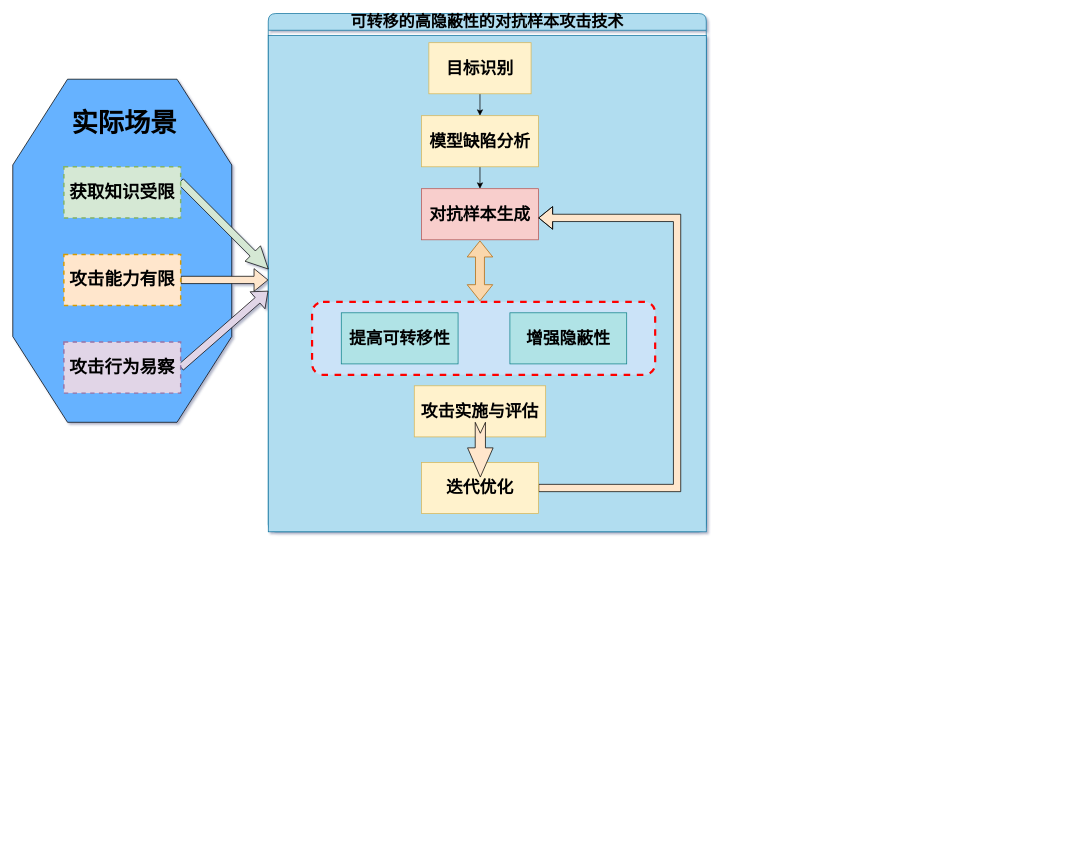
Before: 对抗攻击.drawio in Stefan-Beauchamp/hello-world, a draw.io diagram. Source tidied: cells renumbered, new cells numbered last; positions are measured from the earlier drawing's top-left corner, leaving out a move shared by most shapes. Both pictures are drawn from the tidied source at 73%, with x=0, y=0 at pixel (12, 13).
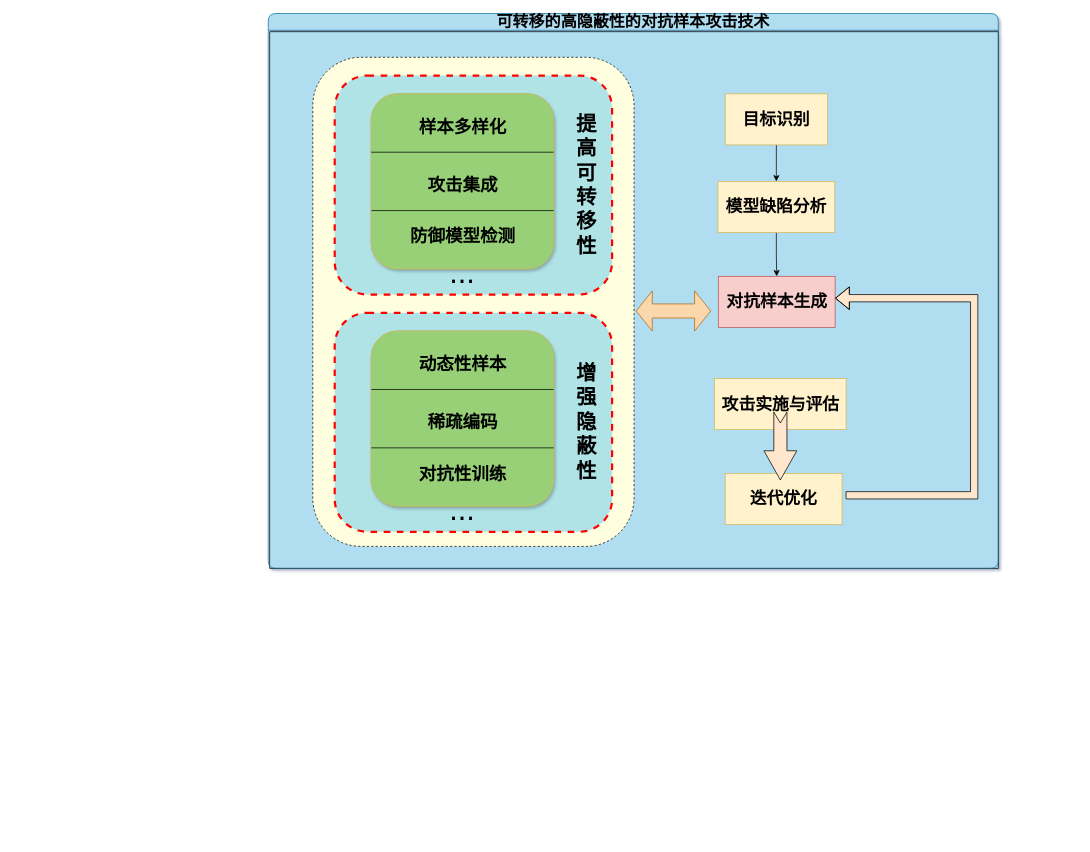
Above is the later version.

Commit message:
更新对抗攻击.drawio

Diff of the diagram source:
```diff
@@
-    <mxCell id="2" style="verticalLabelPosition=bottom;verticalAlign=top;html=1;shape=mxgraph.basic.polygon;polyCoords=[[0.25,0],[0.75,0],[1,0.25],[1,0.75],[0.75,1],[0.25,1],[0,0.75],[0,0.25]];polyline=0;fillColor=#66B2FF;" parent="1" vertex="1">
-      <mxGeometry y="90" width="300" height="470" as="geometry" />
-    </mxCell>
+    <mxCell id="25" style="rounded=0;whiteSpace=wrap;html=1;fillColor=#B1DDF0;" parent="1" vertex="1">
+      <mxGeometry x="352" y="25" width="998" height="735" as="geometry" />
+    </mxCell>
     <mxCell id="3" value="&lt;font style=&quot;font-size: 22px;&quot;&gt;可转移的高隐蔽性的对抗样本攻击技术&lt;/font&gt;" style="swimlane;whiteSpace=wrap;html=1;fillColor=#B1DDF0;strokeColor=#10739e;swimlaneFillColor=none;rounded=1;labelBackgroundColor=none;" parent="1" vertex="1">
-      <mxGeometry x="350" width="600" height="710" as="geometry" />
+      <mxGeometry x="350" width="1000" height="760" as="geometry" />
     </mxCell>
-    <mxCell id="4" style="rounded=0;whiteSpace=wrap;html=1;fillColor=#b1ddf0;strokeColor=#10739e;" parent="3" vertex="1">
-      <mxGeometry y="30" width="600" height="680" as="geometry" />
-    </mxCell>
-    <mxCell id="5" style="rounded=1;whiteSpace=wrap;html=1;fillColor=#CBE3F8;dashed=1;strokeWidth=3;strokeColor=#FF0000;perimeterSpacing=0;" parent="3" vertex="1">
-      <mxGeometry x="60" y="395" width="470" height="100" as="geometry" />
-    </mxCell>
+    <mxCell id="26" style="group;" parent="3" vertex="1">
+      <mxGeometry x="611.5" y="110" width="355.5" height="590" as="geometry" />
+    </mxCell>
-    <mxCell id="6" style="edgeStyle=orthogonalEdgeStyle;rounded=0;jettySize=auto;html=1;exitX=0.5;exitY=1;exitDx=0;exitDy=0;entryX=0.5;entryY=0;entryDx=0;entryDy=0;" parent="3" edge="1" source="7" target="9">
+    <mxCell id="6" style="edgeStyle=orthogonalEdgeStyle;rounded=0;jettySize=auto;html=1;exitX=0.5;exitY=1;exitDx=0;exitDy=0;entryX=0.5;entryY=0;entryDx=0;entryDy=0;" parent="26" edge="1" source="7" target="9">
       <mxGeometry relative="1" as="geometry" />
     </mxCell>
-    <mxCell id="7" value="&lt;b&gt;&lt;font style=&quot;font-size: 23px;&quot;&gt;目标识别&lt;/font&gt;&lt;/b&gt;" style="rounded=0;whiteSpace=wrap;html=1;fillColor=#fff2cc;strokeColor=#d6b656;" parent="3" vertex="1">
-      <mxGeometry x="220" y="40" width="140" height="70" as="geometry" />
+    <mxCell id="7" value="&lt;b&gt;&lt;font style=&quot;font-size: 23px;&quot;&gt;目标识别&lt;/font&gt;&lt;/b&gt;" style="rounded=0;whiteSpace=wrap;html=1;fillColor=#fff2cc;strokeColor=#d6b656;" parent="26" vertex="1">
+      <mxGeometry x="14.5" width="140" height="70" as="geometry" />
     </mxCell>
-    <mxCell id="8" style="edgeStyle=orthogonalEdgeStyle;rounded=0;jettySize=auto;html=1;exitX=0.5;exitY=1;exitDx=0;exitDy=0;entryX=0.5;entryY=0;entryDx=0;entryDy=0;" parent="3" edge="1" source="9" target="10">
+    <mxCell id="8" style="edgeStyle=orthogonalEdgeStyle;rounded=0;jettySize=auto;html=1;exitX=0.5;exitY=1;exitDx=0;exitDy=0;entryX=0.5;entryY=0;entryDx=0;entryDy=0;" parent="26" edge="1" source="9" target="10">
       <mxGeometry relative="1" as="geometry" />
     </mxCell>
-    <mxCell id="9" value="&lt;span style=&quot;font-size: 23px;&quot;&gt;&lt;b&gt;模型缺陷分析&lt;/b&gt;&lt;/span&gt;" style="rounded=0;whiteSpace=wrap;html=1;fillColor=#fff2cc;strokeColor=#d6b656;" parent="3" vertex="1">
-      <mxGeometry x="210" y="140" width="160" height="70" as="geometry" />
+    <mxCell id="9" value="&lt;span style=&quot;font-size: 23px;&quot;&gt;&lt;b&gt;模型缺陷分析&lt;/b&gt;&lt;/span&gt;" style="rounded=0;whiteSpace=wrap;html=1;fillColor=#fff2cc;strokeColor=#d6b656;" parent="26" vertex="1">
+      <mxGeometry x="4.5" y="120" width="160" height="70" as="geometry" />
     </mxCell>
-    <mxCell id="10" value="&lt;span style=&quot;font-size: 23px;&quot;&gt;&lt;b&gt;对抗样本生成&lt;/b&gt;&lt;/span&gt;" style="rounded=0;whiteSpace=wrap;html=1;fillColor=#f8cecc;strokeColor=#b85450;" parent="3" vertex="1">
-      <mxGeometry x="210" y="240" width="160" height="70" as="geometry" />
+    <mxCell id="10" value="&lt;span style=&quot;font-size: 23px;&quot;&gt;&lt;b&gt;对抗样本生成&lt;/b&gt;&lt;/span&gt;" style="rounded=0;whiteSpace=wrap;html=1;fillColor=#f8cecc;strokeColor=#b85450;" parent="26" vertex="1">
+      <mxGeometry x="5" y="250" width="160" height="70" as="geometry" />
     </mxCell>
-    <mxCell id="11" value="&lt;span style=&quot;font-size: 23px;&quot;&gt;&lt;b&gt;提高可转移性&lt;/b&gt;&lt;/span&gt;" style="rounded=0;whiteSpace=wrap;html=1;fillColor=#b0e3e6;strokeColor=#0e8088;" parent="3" vertex="1">
-      <mxGeometry x="100" y="410" width="160" height="70" as="geometry" />
-    </mxCell>
-    <mxCell id="12" value="&lt;span style=&quot;font-size: 23px;&quot;&gt;&lt;b&gt;增强隐蔽性&lt;/b&gt;&lt;/span&gt;" style="rounded=0;whiteSpace=wrap;html=1;fillColor=#b0e3e6;strokeColor=#0e8088;" parent="3" vertex="1">
-      <mxGeometry x="331" y="410" width="160" height="70" as="geometry" />
-    </mxCell>
-    <mxCell id="13" value="&lt;span style=&quot;font-size: 23px;&quot;&gt;&lt;b&gt;攻击实施与评估&lt;/b&gt;&lt;/span&gt;" style="rounded=0;whiteSpace=wrap;html=1;fillColor=#fff2cc;strokeColor=#d6b656;" parent="3" vertex="1">
-      <mxGeometry x="200" y="510" width="180" height="70" as="geometry" />
+    <mxCell id="13" value="&lt;span style=&quot;font-size: 23px;&quot;&gt;&lt;b&gt;攻击实施与评估&lt;/b&gt;&lt;/span&gt;" style="rounded=0;whiteSpace=wrap;html=1;fillColor=#fff2cc;strokeColor=#d6b656;" parent="26" vertex="1">
+      <mxGeometry y="390" width="180" height="70" as="geometry" />
     </mxCell>
-    <mxCell id="14" style="edgeStyle=orthogonalEdgeStyle;rounded=0;jettySize=auto;html=1;exitX=1;exitY=0.5;exitDx=0;exitDy=0;shape=flexArrow;fillColor=#FFE6CC;" parent="3" edge="1" source="15">
+    <mxCell id="14" style="edgeStyle=orthogonalEdgeStyle;rounded=0;orthogonalLoop=1;jettySize=auto;html=1;shape=flexArrow;fillColor=#FFE6CC;" parent="26" edge="1">
       <mxGeometry relative="1" as="geometry">
-        <mxPoint x="370" y="280" as="targetPoint" />
+        <mxPoint x="179.5" y="550" as="sourcePoint" />
+        <mxPoint x="165" y="280" as="targetPoint" />
         <Array as="points">
-          <mxPoint x="560" y="650" />
-          <mxPoint x="560" y="280" />
-          <mxPoint x="370" y="280" />
+          <mxPoint x="179.5" y="550" />
+          <mxPoint x="355.5" y="550" />
+          <mxPoint x="355.5" y="280" />
         </Array>
       </mxGeometry>
     </mxCell>
-    <mxCell id="15" value="&lt;span style=&quot;font-size: 23px;&quot;&gt;&lt;b&gt;迭代优化&lt;/b&gt;&lt;/span&gt;" style="rounded=0;whiteSpace=wrap;html=1;fillColor=#fff2cc;strokeColor=#d6b656;" parent="3" vertex="1">
-      <mxGeometry x="210" y="615" width="160" height="70" as="geometry" />
+    <mxCell id="15" value="&lt;span style=&quot;font-size: 23px;&quot;&gt;&lt;b&gt;迭代优化&lt;/b&gt;&lt;/span&gt;" style="rounded=0;whiteSpace=wrap;html=1;fillColor=#fff2cc;strokeColor=#d6b656;" parent="26" vertex="1">
+      <mxGeometry x="14.5" y="520" width="160" height="70" as="geometry" />
     </mxCell>
+    <mxCell id="17" style="html=1;shadow=0;dashed=0;align=center;verticalAlign=middle;shape=mxgraph.arrows2.arrow;dy=0.6;dx=40;notch=15;rotation=90;fillColor=#FFE6CC;" parent="26" vertex="1">
+      <mxGeometry x="43.5" y="460" width="93" height="45" as="geometry" />
+    </mxCell>
+    <mxCell id="27" style="group;" parent="3" vertex="1">
+      <mxGeometry x="150" y="130" width="952" height="995" as="geometry" />
+    </mxCell>
-    <mxCell id="16" style="html=1;shadow=0;dashed=0;align=center;verticalAlign=middle;shape=mxgraph.arrows2.twoWayArrow;dy=0.65;dx=22;rotation=90;fillColor=#fad7ac;strokeColor=#b46504;" parent="3" vertex="1">
-      <mxGeometry x="249" y="335" width="82" height="35" as="geometry" />
+    <mxCell id="16" style="html=1;shadow=0;dashed=0;align=center;verticalAlign=middle;shape=mxgraph.arrows2.twoWayArrow;dy=0.65;dx=22;rotation=-180;fillColor=#fad7ac;strokeColor=#b46504;" parent="27" vertex="1">
+      <mxGeometry x="354" y="250" width="102" height="55" as="geometry" />
     </mxCell>
-    <mxCell id="17" style="html=1;shadow=0;dashed=0;align=center;verticalAlign=middle;shape=mxgraph.arrows2.arrow;dy=0.6;dx=40;notch=15;rotation=90;fillColor=#FFE6CC;" parent="3" vertex="1">
-      <mxGeometry x="253" y="580" width="75" height="35" as="geometry" />
-    </mxCell>
-    <mxCell id="18" style="rounded=0;orthogonalLoop=1;jettySize=auto;html=1;exitX=1;exitY=0.5;exitDx=0;exitDy=0;shape=arrow;fillColor=#D5E8D4;strokeColor=default;" parent="1" edge="1">
-      <mxGeometry relative="1" as="geometry">
-        <mxPoint x="230" y="230" as="sourcePoint" />
-        <mxPoint x="350" y="350" as="targetPoint" />
-      </mxGeometry>
-    </mxCell>
-    <mxCell id="19" value="&lt;span style=&quot;font-family: 微软雅黑;&quot;&gt;&lt;b style=&quot;&quot;&gt;&lt;font style=&quot;font-size: 24px;&quot;&gt;获取知识受限&lt;/font&gt;&lt;/b&gt;&lt;/span&gt;" style="rounded=0;whiteSpace=wrap;html=1;fillColor=#d5e8d4;strokeColor=#82b366;dashed=1;strokeWidth=2;glass=0;" parent="1" vertex="1">
-      <mxGeometry x="70" y="210" width="160" height="70" as="geometry" />
-    </mxCell>
-    <mxCell id="20" style="rounded=0;jettySize=auto;html=1;exitX=1;exitY=0.5;exitDx=0;exitDy=0;shape=flexArrow;fillColor=#FFE6CC;" parent="1" edge="1" source="21">
-      <mxGeometry relative="1" as="geometry">
-        <mxPoint x="350" y="365" as="targetPoint" />
-      </mxGeometry>
-    </mxCell>
-    <mxCell id="21" value="&lt;p class=&quot;MsoNormal&quot;&gt;&lt;span style=&quot;font-family: 微软雅黑;&quot;&gt;&lt;b style=&quot;&quot;&gt;&lt;font style=&quot;font-size: 24px;&quot;&gt;攻击能力有限&lt;/font&gt;&lt;/b&gt;&lt;/span&gt;&lt;/p&gt;" style="rounded=0;whiteSpace=wrap;html=1;fillColor=#ffe6cc;strokeColor=#d79b00;dashed=1;strokeWidth=2;" parent="1" vertex="1">
-      <mxGeometry x="70" y="330" width="160" height="70" as="geometry" />
-    </mxCell>
-    <mxCell id="22" style="rounded=0;jettySize=auto;html=1;exitX=1;exitY=0.5;exitDx=0;exitDy=0;shape=flexArrow;fillColor=#E1D5E7;" parent="1" edge="1" source="23">
-      <mxGeometry relative="1" as="geometry">
-        <mxPoint x="350" y="380" as="targetPoint" />
-      </mxGeometry>
-    </mxCell>
-    <mxCell id="23" value="&lt;p class=&quot;MsoNormal&quot;&gt;&lt;span style=&quot;font-family: 微软雅黑;&quot;&gt;&lt;b style=&quot;&quot;&gt;&lt;font style=&quot;font-size: 24px;&quot;&gt;攻击行为易察&lt;/font&gt;&lt;/b&gt;&lt;/span&gt;&lt;/p&gt;" style="rounded=0;whiteSpace=wrap;html=1;fillColor=#e1d5e7;strokeColor=#9673a6;dashed=1;strokeWidth=2;" parent="1" vertex="1">
-      <mxGeometry x="70" y="450" width="160" height="70" as="geometry" />
-    </mxCell>
-    <mxCell id="24" value="&lt;font style=&quot;font-size: 36px;&quot;&gt;&lt;b style=&quot;&quot;&gt;实际场景&lt;/b&gt;&lt;/font&gt;" style="text;html=1;align=center;verticalAlign=middle;whiteSpace=wrap;rounded=0;" parent="1" vertex="1">
-      <mxGeometry x="70" y="140" width="166" height="20" as="geometry" />
-    </mxCell>
+    <mxCell id="28" style="group;" parent="27" vertex="1">
+      <mxGeometry x="-68" y="-70" width="1020" height="1065" as="geometry" />
+    </mxCell>
+    <mxCell id="29" style="group;" parent="28" vertex="1">
+      <mxGeometry width="1020" height="1065" as="geometry" />
+    </mxCell>
+    <mxCell id="5" style="rounded=1;whiteSpace=wrap;html=1;fillColor=#FFFFE0;dashed=1;strokeWidth=1;strokeColor=default;perimeterSpacing=0;" parent="29" vertex="1">
+      <mxGeometry x="-21" width="440" height="670" as="geometry" />
+    </mxCell>
+    <mxCell id="30" style="group;" parent="29" vertex="1">
+      <mxGeometry x="40" y="25" width="979" height="710" as="geometry" />
+    </mxCell>
+    <mxCell id="11" style="rounded=1;whiteSpace=wrap;html=1;fillColor=#b0e3e6;strokeColor=#FF0000;dashed=1;strokeWidth=3;" parent="30" vertex="1">
+      <mxGeometry x="-31" width="380" height="300" as="geometry" />
+    </mxCell>
+    <mxCell id="31" value="&lt;font style=&quot;font-size: 42px;&quot;&gt;...&lt;/font&gt;" style="text;html=1;align=center;verticalAlign=middle;whiteSpace=wrap;rounded=0;" parent="30" vertex="1">
+      <mxGeometry x="114" y="255" width="60" height="30" as="geometry" />
+    </mxCell>
+    <mxCell id="32" value="&lt;b style=&quot;&quot;&gt;&lt;font style=&quot;font-size: 28px;&quot;&gt;提高可转移性&lt;/font&gt;&lt;/b&gt;" style="text;html=1;align=center;verticalAlign=middle;whiteSpace=wrap;rounded=0;" parent="30" vertex="1">
+      <mxGeometry x="299" y="35" width="30" height="230" as="geometry" />
+    </mxCell>
+    <mxCell id="33" style="group;fillColor=#d5e8d4;strokeColor=#82b366;rounded=1;shadow=1;" parent="30" vertex="1">
+      <mxGeometry x="19" y="25" width="250" height="240" as="geometry" />
+    </mxCell>
+    <mxCell id="34" style="rounded=1;whiteSpace=wrap;html=1;fillColor=#97D077;strokeColor=#d6b656;" parent="33" vertex="1">
+      <mxGeometry width="250" height="240" as="geometry" />
+    </mxCell>
+    <mxCell id="35" value="&lt;span style=&quot;font-size: 24px;&quot;&gt;&lt;b&gt;样本多样化&lt;/b&gt;&lt;/span&gt;" style="text;html=1;align=center;verticalAlign=middle;whiteSpace=wrap;rounded=0;" parent="33" vertex="1">
+      <mxGeometry x="32.7" y="20" width="184.5" height="51.4" as="geometry" />
+    </mxCell>
+    <mxCell id="36" value="&lt;b&gt;&lt;font style=&quot;font-size: 24px;&quot;&gt;防御模型检测&lt;/font&gt;&lt;/b&gt;" style="text;html=1;align=center;verticalAlign=middle;whiteSpace=wrap;rounded=0;" parent="33" vertex="1">
+      <mxGeometry x="32.7" y="170" width="184.5" height="51.4" as="geometry" />
+    </mxCell>
+    <mxCell id="37" style="rounded=0;orthogonalLoop=1;jettySize=auto;html=1;exitX=0;exitY=0.75;exitDx=0;exitDy=0;entryX=1;entryY=0.75;entryDx=0;entryDy=0;endArrow=none;endFill=0;" parent="33" edge="1">
+      <mxGeometry relative="1" as="geometry">
+        <mxPoint y="160" as="sourcePoint" />
+        <mxPoint x="250" y="160" as="targetPoint" />
+      </mxGeometry>
+    </mxCell>
+    <mxCell id="38" style="rounded=0;orthogonalLoop=1;jettySize=auto;html=1;exitX=0;exitY=0.25;exitDx=0;exitDy=0;entryX=1;entryY=0.25;entryDx=0;entryDy=0;endArrow=none;endFill=0;" parent="33" edge="1">
+      <mxGeometry relative="1" as="geometry">
+        <mxPoint y="80" as="sourcePoint" />
+        <mxPoint x="250" y="80" as="targetPoint" />
+      </mxGeometry>
+    </mxCell>
+    <mxCell id="39" value="&lt;b&gt;&lt;font style=&quot;font-size: 24px;&quot;&gt;攻击集成&lt;/font&gt;&lt;/b&gt;" style="text;html=1;align=center;verticalAlign=middle;whiteSpace=wrap;rounded=0;" parent="33" vertex="1">
+      <mxGeometry x="32.7" y="110" width="184.5" height="30" as="geometry" />
+    </mxCell>
+    <mxCell id="40" style="group;" parent="29" vertex="1">
+      <mxGeometry x="40" y="350" width="980" height="715" as="geometry" />
+    </mxCell>
+    <mxCell id="41" style="rounded=1;whiteSpace=wrap;html=1;fillColor=#b0e3e6;strokeColor=#FF0000;dashed=1;strokeWidth=3;" parent="40" vertex="1">
+      <mxGeometry x="-31" width="380" height="300" as="geometry" />
+    </mxCell>
+    <mxCell id="42" value="&lt;font style=&quot;font-size: 42px;&quot;&gt;...&lt;/font&gt;" style="text;html=1;align=center;verticalAlign=middle;whiteSpace=wrap;rounded=0;" parent="40" vertex="1">
+      <mxGeometry x="114" y="255" width="60" height="30" as="geometry" />
+    </mxCell>
+    <mxCell id="12" value="&lt;b style=&quot;&quot;&gt;&lt;font style=&quot;font-size: 28px;&quot;&gt;增强隐蔽性&lt;/font&gt;&lt;/b&gt;" style="text;html=1;align=center;verticalAlign=middle;whiteSpace=wrap;rounded=0;" parent="40" vertex="1">
+      <mxGeometry x="299" y="35" width="30" height="230" as="geometry" />
+    </mxCell>
+    <mxCell id="43" style="group;fillColor=#d5e8d4;strokeColor=#82b366;rounded=1;shadow=1;" parent="40" vertex="1">
+      <mxGeometry x="19" y="25" width="250" height="240" as="geometry" />
+    </mxCell>
+    <mxCell id="44" style="rounded=1;whiteSpace=wrap;html=1;fillColor=#97D077;strokeColor=#d6b656;" parent="43" vertex="1">
+      <mxGeometry width="250" height="240" as="geometry" />
+    </mxCell>
+    <mxCell id="45" value="&lt;b&gt;&lt;font style=&quot;font-size: 24px;&quot;&gt;对抗性训练&lt;/font&gt;&lt;/b&gt;" style="text;html=1;align=center;verticalAlign=middle;whiteSpace=wrap;rounded=0;" parent="43" vertex="1">
+      <mxGeometry x="32.7" y="170" width="184.5" height="51.4" as="geometry" />
+    </mxCell>
+    <mxCell id="46" style="rounded=0;orthogonalLoop=1;jettySize=auto;html=1;exitX=0;exitY=0.75;exitDx=0;exitDy=0;entryX=1;entryY=0.75;entryDx=0;entryDy=0;endArrow=none;endFill=0;" parent="43" edge="1">
+      <mxGeometry relative="1" as="geometry">
+        <mxPoint y="160" as="sourcePoint" />
+        <mxPoint x="250" y="160" as="targetPoint" />
+      </mxGeometry>
+    </mxCell>
+    <mxCell id="47" style="rounded=0;orthogonalLoop=1;jettySize=auto;html=1;exitX=0;exitY=0.25;exitDx=0;exitDy=0;entryX=1;entryY=0.25;entryDx=0;entryDy=0;endArrow=none;endFill=0;" parent="43" edge="1">
+      <mxGeometry relative="1" as="geometry">
+        <mxPoint y="80" as="sourcePoint" />
+        <mxPoint x="250" y="80" as="targetPoint" />
+      </mxGeometry>
+    </mxCell>
+    <mxCell id="48" value="&lt;b&gt;&lt;font style=&quot;font-size: 24px;&quot;&gt;稀疏编码&lt;/font&gt;&lt;/b&gt;" style="text;html=1;align=center;verticalAlign=middle;whiteSpace=wrap;rounded=0;" parent="43" vertex="1">
+      <mxGeometry x="32.7" y="110" width="184.5" height="30" as="geometry" />
+    </mxCell>
+    <mxCell id="49" value="&lt;span style=&quot;font-size: 24px;&quot;&gt;&lt;b&gt;动态性样本&lt;/b&gt;&lt;/span&gt;" style="text;html=1;align=center;verticalAlign=middle;whiteSpace=wrap;rounded=0;" parent="43" vertex="1">
+      <mxGeometry x="32.7" y="20" width="184.5" height="51.4" as="geometry" />
+    </mxCell>
```
